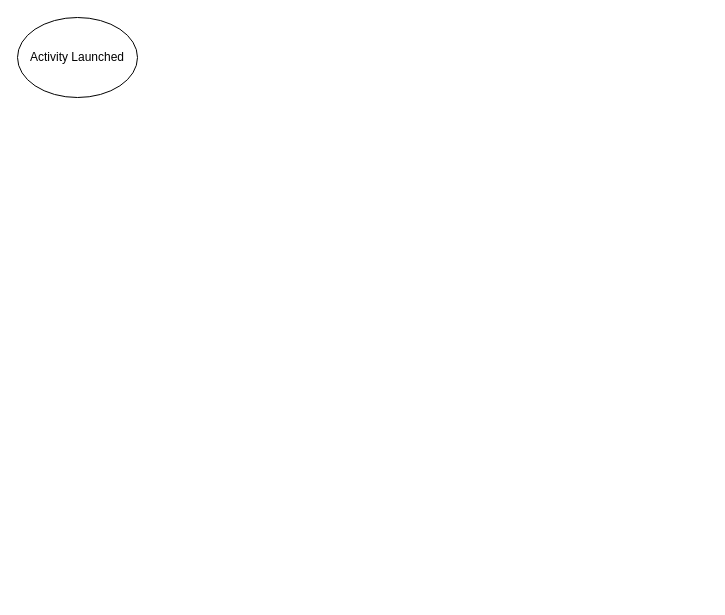
LydiaPorter/AppDev keeps this draw.io diagram as activity lifecycle.drawio. Above is the earlier version. Source tidied: cells renumbered, new cells numbered last; positions are measured from the earlier drawing's top-left corner, leaving out a move shared by most shapes. Both pictures are drawn from the tidied source at 100%, with x=0, y=0 at pixel (17, 17).
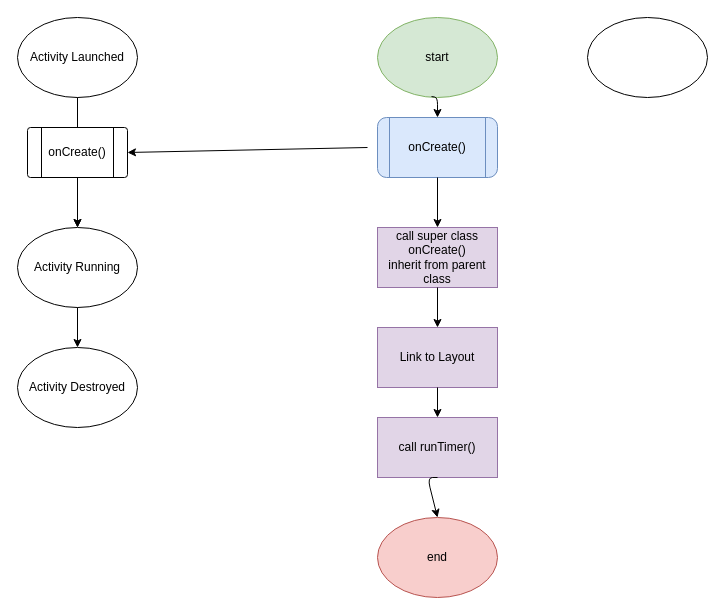
The same page after the edit.

The change refers to these unchanged cells:
```xml
<mxCell id="2" value="Activity Launched" style="ellipse;whiteSpace=wrap;html=1;" parent="1" vertex="1">
  <mxGeometry width="120" height="80" as="geometry" />
</mxCell>
```

Change to the diagram source:
```diff
@@
+    <mxCell id="3" value="Activity Running" style="ellipse;whiteSpace=wrap;html=1;" parent="1" vertex="1">
+      <mxGeometry y="210" width="120" height="80" as="geometry" />
+    </mxCell>
+    <mxCell id="4" style="endArrow=classic;html=1;exitX=0.5;exitY=1;exitDx=0;exitDy=0;" parent="1" edge="1" source="2" target="3">
+      <mxGeometry relative="1" as="geometry" />
+    </mxCell>
+    <mxCell id="5" value="Activity Destroyed" style="ellipse;whiteSpace=wrap;html=1;" parent="1" vertex="1">
+      <mxGeometry y="330" width="120" height="80" as="geometry" />
+    </mxCell>
+    <mxCell id="6" style="endArrow=classic;html=1;" parent="1" edge="1" source="3" target="5">
+      <mxGeometry relative="1" as="geometry" />
+    </mxCell>
+    <mxCell id="7" style="edgeStyle=orthogonalEdgeStyle;rounded=0;jettySize=auto;html=1;" parent="1" edge="1" source="8" target="3">
+      <mxGeometry relative="1" as="geometry" />
+    </mxCell>
+    <mxCell id="8" value="onCreate()" style="verticalLabelPosition=middle;verticalAlign=middle;html=1;shape=process;whiteSpace=wrap;rounded=1;size=0.14;arcSize=6;labelPosition=center;align=center;" parent="1" vertex="1">
+      <mxGeometry x="10" y="110" width="100" height="50" as="geometry" />
+    </mxCell>
+    <mxCell id="9" value="start" style="ellipse;whiteSpace=wrap;html=1;rounded=1;fillColor=#d5e8d4;strokeColor=#82b366;" parent="1" vertex="1">
+      <mxGeometry x="360" width="120" height="80" as="geometry" />
+    </mxCell>
+    <mxCell id="10" value="onCreate()" style="shape=process;whiteSpace=wrap;html=1;backgroundOutline=1;rounded=1;fillColor=#dae8fc;strokeColor=#6c8ebf;" parent="1" vertex="1">
+      <mxGeometry x="360" y="100" width="120" height="60" as="geometry" />
+    </mxCell>
+    <mxCell id="11" value="call super class&lt;br&gt;onCreate()&lt;br&gt;inherit from parent class" style="rounded=0;whiteSpace=wrap;html=1;fillColor=#e1d5e7;strokeColor=#9673a6;" parent="1" vertex="1">
+      <mxGeometry x="360" y="210" width="120" height="60" as="geometry" />
+    </mxCell>
+    <mxCell id="12" value="Link to Layout" style="rounded=0;whiteSpace=wrap;html=1;fillColor=#e1d5e7;strokeColor=#9673a6;" parent="1" vertex="1">
+      <mxGeometry x="360" y="310" width="120" height="60" as="geometry" />
+    </mxCell>
+    <mxCell id="13" style="endArrow=classic;html=1;exitX=0.45;exitY=0.988;exitDx=0;exitDy=0;exitPerimeter=0;" parent="1" edge="1" source="9" target="10">
+      <mxGeometry relative="1" as="geometry">
+        <Array as="points">
+          <mxPoint x="420" y="80" />
+        </Array>
+      </mxGeometry>
+    </mxCell>
+    <mxCell id="14" style="endArrow=classic;html=1;entryX=0.5;entryY=0;entryDx=0;entryDy=0;exitX=0.5;exitY=1;exitDx=0;exitDy=0;" parent="1" edge="1" source="10" target="11">
+      <mxGeometry relative="1" as="geometry" />
+    </mxCell>
+    <mxCell id="15" style="endArrow=classic;html=1;exitX=0.5;exitY=1;exitDx=0;exitDy=0;entryX=0.5;entryY=0;entryDx=0;entryDy=0;" parent="1" edge="1" source="11" target="12">
+      <mxGeometry relative="1" as="geometry" />
+    </mxCell>
+    <mxCell id="16" value="call runTimer()" style="rounded=0;whiteSpace=wrap;html=1;fillColor=#e1d5e7;strokeColor=#9673a6;" parent="1" vertex="1">
+      <mxGeometry x="360" y="400" width="120" height="60" as="geometry" />
+    </mxCell>
+    <mxCell id="17" style="endArrow=classic;html=1;entryX=0.5;entryY=0;entryDx=0;entryDy=0;exitX=0.5;exitY=1;exitDx=0;exitDy=0;" parent="1" edge="1" source="12" target="16">
+      <mxGeometry relative="1" as="geometry" />
+    </mxCell>
+    <mxCell id="18" value="end" style="ellipse;whiteSpace=wrap;html=1;rounded=1;fillColor=#f8cecc;strokeColor=#b85450;" parent="1" vertex="1">
+      <mxGeometry x="360" y="500" width="120" height="80" as="geometry" />
+    </mxCell>
+    <mxCell id="19" style="endArrow=classic;html=1;entryX=0.5;entryY=0;entryDx=0;entryDy=0;exitX=0.5;exitY=1;exitDx=0;exitDy=0;" parent="1" edge="1" source="16" target="18">
+      <mxGeometry relative="1" as="geometry">
+        <Array as="points">
+          <mxPoint x="410" y="460" />
+        </Array>
+      </mxGeometry>
+    </mxCell>
+    <mxCell id="20" style="endArrow=classic;html=1;entryX=1;entryY=0.5;entryDx=0;entryDy=0;" parent="1" edge="1" target="8">
+      <mxGeometry relative="1" as="geometry">
+        <mxPoint x="350" y="130" as="sourcePoint" />
+      </mxGeometry>
+    </mxCell>
+    <mxCell id="21" style="ellipse;whiteSpace=wrap;html=1;rounded=1;" parent="1" vertex="1">
+      <mxGeometry x="570" width="120" height="80" as="geometry" />
+    </mxCell>
```
